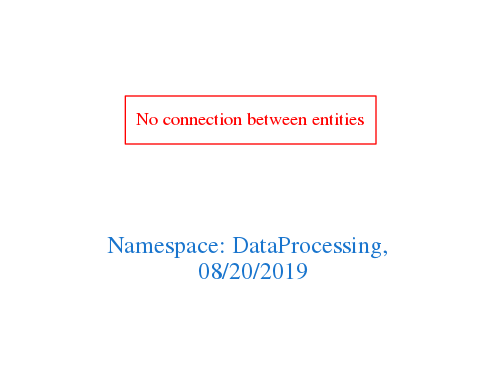
arago/OGIT keeps this Graphviz diagram as downloads/DataProcessing.png. Above is the earlier version. Its source is kept beside it as downloads/DataProcessing.dot.
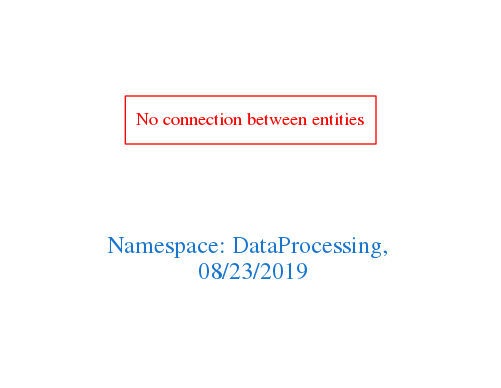
The same diagram one commit later.

What changed in the source:
```diff
@@ -1,7 +1,7 @@
 digraph OGIT_ontology {
  graph [ rankdir= LR,pad=1
 fontsize = 18,
-fontcolor= dodgerblue3,label = "\n\n\nNamespace: DataProcessing, \n 08/20/2019"];
+fontcolor= dodgerblue3,label = "\n\n\nNamespace: DataProcessing, \n 08/23/2019"];
 node[shape=polygon];
 edge [  color="gray81"];
 
```
